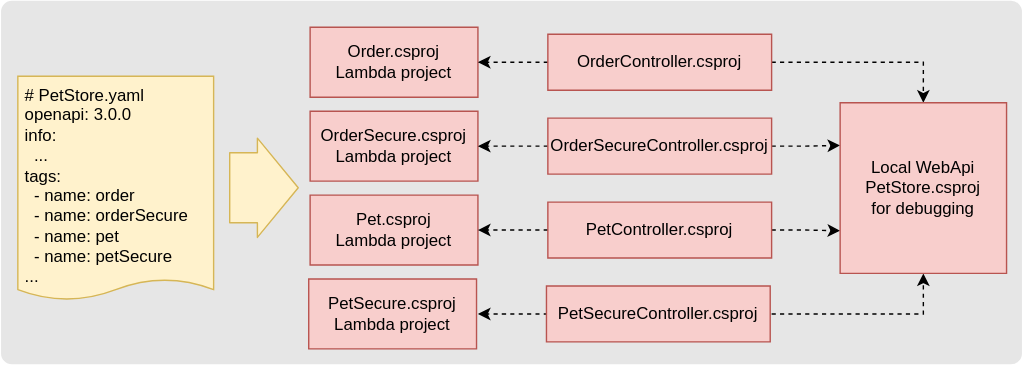
Earlier version of the draw.io export docs/assets/img/GeneratedProjects.svg (InSciCo/InSciCo). Source tidied: cells renumbered, new cells last; positions are measured from the earlier drawing's top-left corner, leaving out a move shared by most shapes.
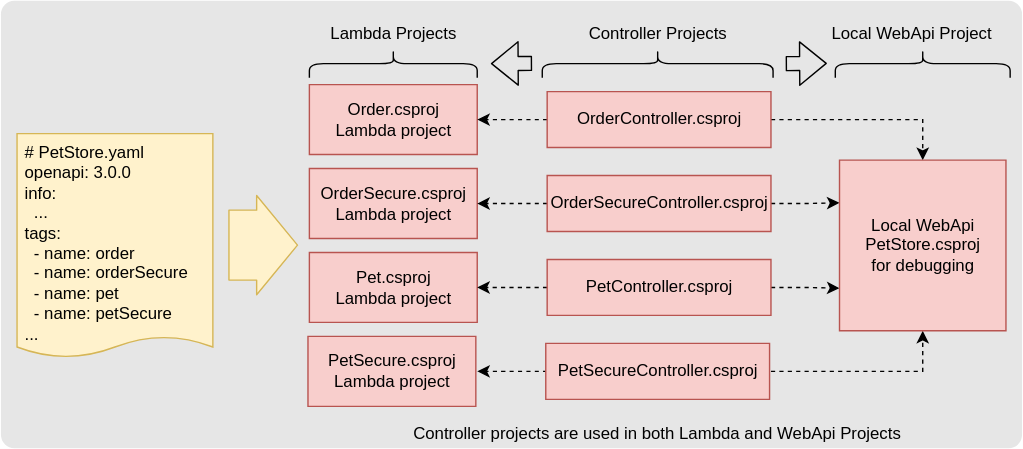
After the commit.

What changed in the source:
```diff
@@ -3,7 +3,7 @@
     <mxCell id="0" />
     <mxCell id="1" parent="0" />
     <mxCell id="2" style="rounded=1;whiteSpace=wrap;html=1;gradientColor=none;arcSize=3;strokeColor=none;fillColor=#E6E6E6;" parent="1" vertex="1">
-      <mxGeometry width="730" height="260" as="geometry" />
+      <mxGeometry x="0.5" y="-41" width="730" height="320" as="geometry" />
     </mxCell>
     <mxCell id="3" value="&amp;nbsp;# PetStore.yaml&lt;br&gt;&amp;nbsp;openapi: 3.0.0&lt;br&gt;&amp;nbsp;info:&lt;br&gt;&amp;nbsp; &amp;nbsp;...&lt;br&gt;&amp;nbsp;tags:&lt;br&gt;&amp;nbsp; &amp;nbsp;- name: order&lt;br&gt;&amp;nbsp; &amp;nbsp;- name: orderSecure&lt;br&gt;&amp;nbsp; &amp;nbsp;- name: pet&lt;br&gt;&amp;nbsp; &amp;nbsp;- name: petSecure&lt;br&gt;&amp;nbsp;..." style="shape=document;whiteSpace=wrap;html=1;boundedLbl=1;size=0.09302325581395349;align=left;verticalAlign=top;fillColor=#fff2cc;strokeColor=#d6b656;" parent="1" vertex="1">
       <mxGeometry x="12" y="54" width="140" height="160" as="geometry" />
@@ -70,5 +70,44 @@
         <mxPoint x="213" y="133.8" as="targetPoint" />
       </mxGeometry>
     </mxCell>
+    <mxCell id="22" style="shape=curlyBracket;whiteSpace=wrap;html=1;rounded=1;fillColor=#000000;fontColor=#FFFFFF;align=left;rotation=90;textDirection=rtl;" parent="1" vertex="1">
+      <mxGeometry x="271" y="-56" width="20" height="120" as="geometry" />
+    </mxCell>
+    <mxCell id="23" value="Lambda Projects" style="text;html=1;strokeColor=none;fillColor=none;align=center;verticalAlign=middle;whiteSpace=wrap;rounded=0;" parent="1" vertex="1">
+      <mxGeometry x="221" y="-27" width="120" height="20" as="geometry" />
+    </mxCell>
+    <mxCell id="24" style="shape=curlyBracket;whiteSpace=wrap;html=1;rounded=1;fillColor=#000000;fontColor=#FFFFFF;align=left;rotation=90;textDirection=rtl;" parent="1" vertex="1">
+      <mxGeometry x="460" y="-78.5" width="20" height="165" as="geometry" />
+    </mxCell>
+    <mxCell id="25" value="Controller Projects" style="text;html=1;strokeColor=none;fillColor=none;align=center;verticalAlign=middle;whiteSpace=wrap;rounded=0;" parent="1" vertex="1">
+      <mxGeometry x="410" y="-27" width="120" height="20" as="geometry" />
+    </mxCell>
+    <mxCell id="26" style="shape=curlyBracket;whiteSpace=wrap;html=1;rounded=1;fillColor=#000000;fontColor=#FFFFFF;align=left;rotation=90;textDirection=rtl;" parent="1" vertex="1">
+      <mxGeometry x="649.5" y="-58.5" width="20" height="125" as="geometry" />
+    </mxCell>
+    <mxCell id="27" value="Local WebApi Project" style="text;html=1;strokeColor=none;fillColor=none;align=center;verticalAlign=middle;whiteSpace=wrap;rounded=0;" parent="1" vertex="1">
+      <mxGeometry x="584" y="-27" width="135" height="20" as="geometry" />
+    </mxCell>
+    <mxCell id="28" style="shape=flexArrow;endArrow=classic;html=1;fontColor=#000000;" parent="1" edge="1">
+      <mxGeometry relative="1" as="geometry">
+        <mxPoint x="561.5" y="4" as="sourcePoint" />
+        <mxPoint x="591" y="3.8" as="targetPoint" />
+        <Array as="points">
+          <mxPoint x="561.5" y="4" />
+        </Array>
+      </mxGeometry>
+    </mxCell>
+    <mxCell id="29" style="shape=flexArrow;endArrow=classic;html=1;fontColor=#000000;" parent="1" edge="1">
+      <mxGeometry relative="1" as="geometry">
+        <mxPoint x="380.2" y="3.8" as="sourcePoint" />
+        <mxPoint x="350.8" y="4" as="targetPoint" />
+        <Array as="points">
+          <mxPoint x="350.8" y="4" />
+        </Array>
+      </mxGeometry>
+    </mxCell>
+    <mxCell id="30" value="Controller projects are used in both Lambda and WebApi Projects" style="text;html=1;strokeColor=none;fillColor=none;align=center;verticalAlign=middle;whiteSpace=wrap;rounded=0;fontColor=#000000;" parent="1" vertex="1">
+      <mxGeometry x="262.2" y="259" width="415.5" height="20" as="geometry" />
+    </mxCell>
   </root>
 </mxGraphModel>
```
